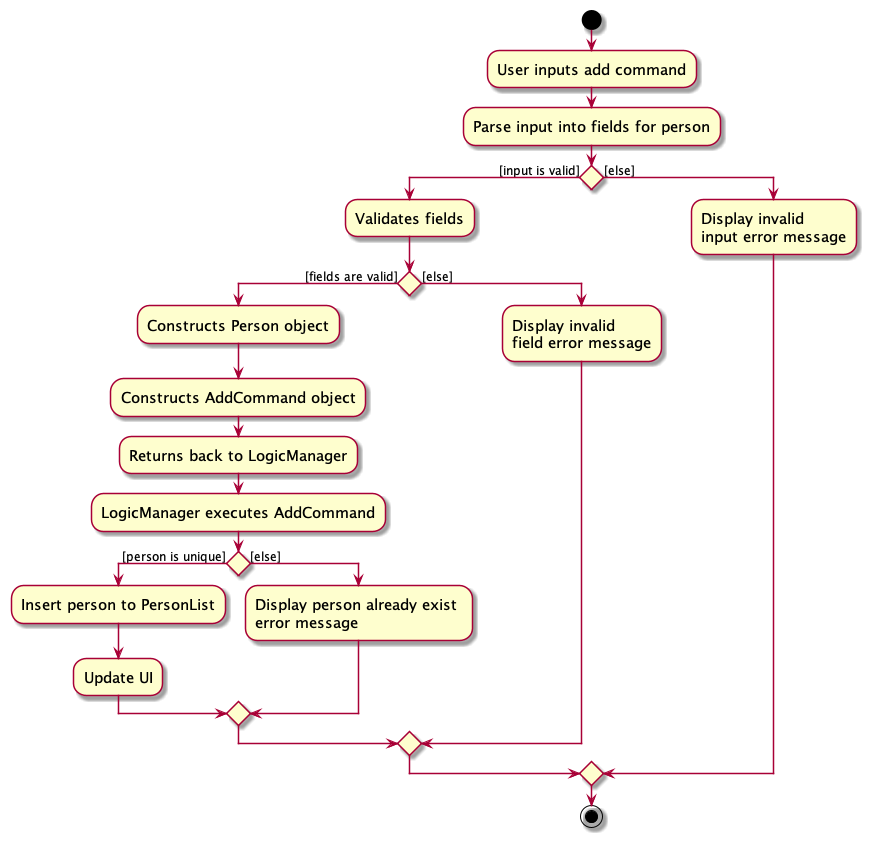
tanteckfang/tp keeps this PlantUML diagram as docs/images/AddActivityDiagram.png. Above is the earlier version.
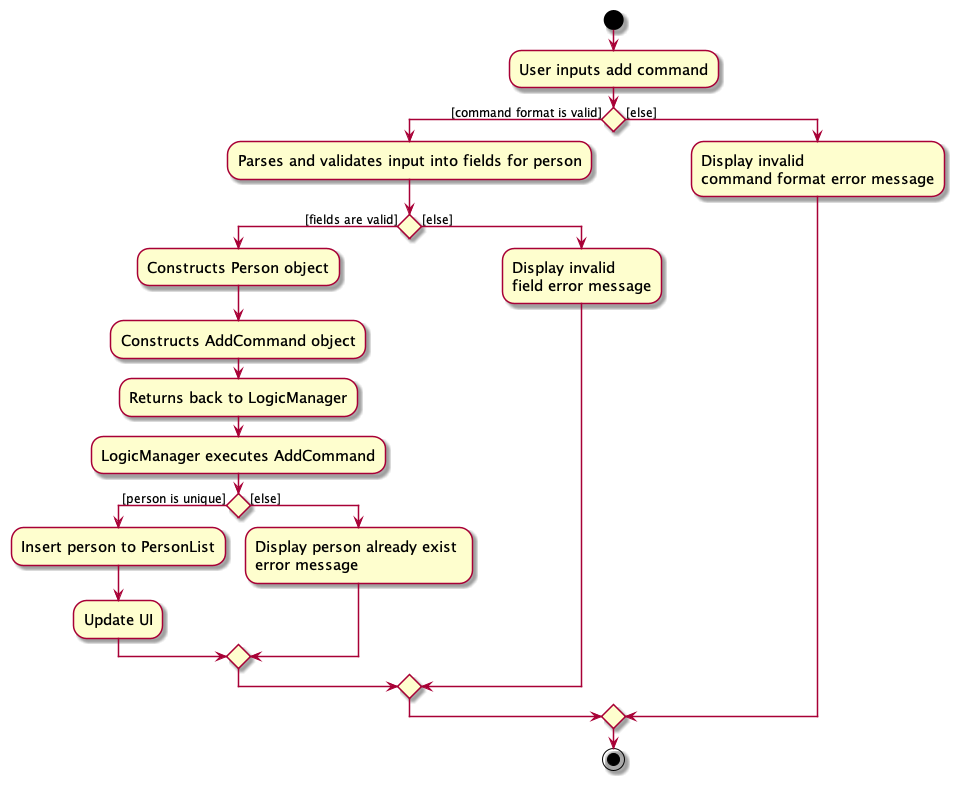
The same diagram one commit later.

The edit, as a diff of the source:
```diff
@@ -4,11 +4,10 @@
 skinparam ArrowFontSize 12
 start
 :User inputs add command;
-:Parse input into fields for person;
 
 
-if () then ([input is valid])
-    :Validates fields;
+if () then ([command format is valid])
+    :Parses and validates input into fields for person;
 
     if () then ([fields are valid])
     :Constructs Person object;
@@ -25,7 +24,7 @@
     :Display invalid \nfield error message;
     endif
 else ([else])
-:Display invalid \ninput error message;
+:Display invalid \ncommand format error message;
 
 
 
```
